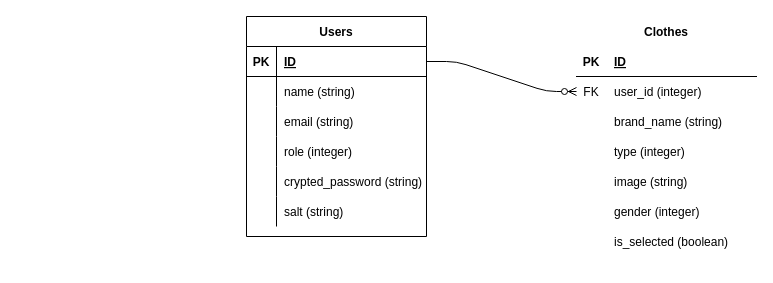
Above: er.drawio in kaze0000/LOOK (draw.io), before the change. Source tidied: cells renumbered, new cells numbered last; positions are measured from the earlier drawing's top-left corner, leaving out a move shared by most shapes. Both pictures are drawn from the tidied source at 100%, with x=0, y=0 at pixel (246, 16).
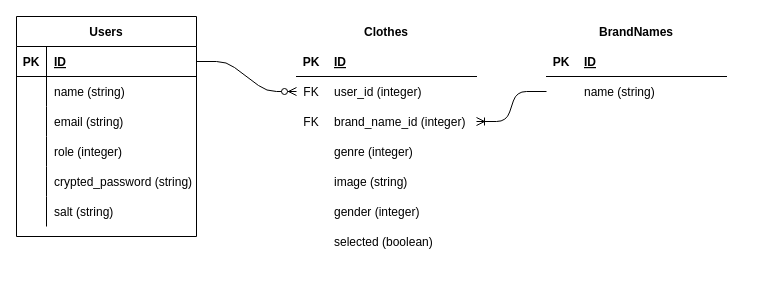
After the change.

Unchanged cells that the change refers to:
```xml
<mxCell id="31" style="shape=partialRectangle;fillColor=none;top=0;left=0;bottom=0;right=0;" parent="21" vertex="1">
  <mxGeometry y="120" width="180" height="30" as="geometry" />
</mxCell>
<mxCell id="40" style="shape=partialRectangle;fillColor=none;top=0;left=0;bottom=0;right=0;" parent="21" vertex="1">
  <mxGeometry y="210" width="180" height="30" as="geometry" />
</mxCell>
```

Diff of the diagram source:
```diff
@@
     <mxCell id="2" value="Users" style="shape=table;startSize=30;childLayout=tableLayout;rowLines=0;fontStyle=1;align=center;" parent="1" vertex="1">
-      <mxGeometry width="180" height="220" as="geometry" />
+      <mxGeometry x="-230" width="180" height="220" as="geometry" />
     </mxCell>
@@
     <mxCell id="21" value="Clothes" style="shape=table;startSize=30;childLayout=tableLayout;rowLines=0;fontStyle=1;align=center;strokeColor=#FFFFFF;" parent="1" vertex="1">
-      <mxGeometry x="330" width="180" height="250" as="geometry" />
+      <mxGeometry x="50" width="180" height="240" as="geometry" />
     </mxCell>
@@
-    <mxCell id="28" style="shape=partialRectangle;fillColor=none;top=0;left=0;bottom=0;right=0;" parent="21" vertex="1">
-      <mxGeometry y="90" width="180" height="30" as="geometry" />
-    </mxCell>
-    <mxCell id="29" style="shape=partialRectangle;fillColor=none;top=0;left=0;bottom=0;right=0;overflow=hidden;" parent="28" vertex="1">
-      <mxGeometry width="30" height="30" as="geometry" />
-    </mxCell>
-    <mxCell id="30" value="brand_name (string)" style="shape=partialRectangle;fillColor=none;top=0;left=0;bottom=0;right=0;align=left;spacingLeft=6;overflow=hidden;" parent="28" vertex="1">
-      <mxGeometry x="30" width="150" height="30" as="geometry" />
-    </mxCell>
+    <mxCell id="44" style="shape=partialRectangle;fillColor=none;top=0;left=0;bottom=0;right=0;points=[[0,0.5],[1,0.5]];portConstraint=eastwest;" parent="21" vertex="1">
+      <mxGeometry y="90" width="180" height="30" as="geometry" />
+    </mxCell>
+    <mxCell id="45" value="FK" style="shape=partialRectangle;fillColor=none;top=0;left=0;bottom=0;right=0;overflow=hidden;" parent="44" vertex="1">
+      <mxGeometry width="30" height="30" as="geometry" />
+    </mxCell>
+    <mxCell id="46" value="brand_name_id (integer)" style="shape=partialRectangle;fillColor=none;top=0;left=0;bottom=0;right=0;align=left;spacingLeft=6;overflow=hidden;" parent="44" vertex="1">
+      <mxGeometry x="30" width="150" height="30" as="geometry" />
+    </mxCell>
@@
-    <mxCell id="33" value="type (integer)" style="shape=partialRectangle;fillColor=none;top=0;left=0;bottom=0;right=0;align=left;spacingLeft=6;overflow=hidden;" parent="31" vertex="1">
+    <mxCell id="33" value="genre (integer)" style="shape=partialRectangle;fillColor=none;top=0;left=0;bottom=0;right=0;align=left;spacingLeft=6;overflow=hidden;" parent="31" vertex="1">
       <mxGeometry x="30" width="150" height="30" as="geometry" />
     </mxCell>
@@
-    <mxCell id="42" value="is_selected (boolean)" style="shape=partialRectangle;fillColor=none;top=0;left=0;bottom=0;right=0;align=left;spacingLeft=6;overflow=hidden;" parent="40" vertex="1">
+    <mxCell id="42" value="selected (boolean)" style="shape=partialRectangle;fillColor=none;top=0;left=0;bottom=0;right=0;align=left;spacingLeft=6;overflow=hidden;" parent="40" vertex="1">
       <mxGeometry x="30" width="150" height="30" as="geometry" />
     </mxCell>
@@
+    <mxCell id="47" value="BrandNames" style="shape=table;startSize=30;childLayout=tableLayout;rowLines=0;fontStyle=1;align=center;strokeColor=#FFFFFF;" parent="1" vertex="1">
+      <mxGeometry x="300" width="180" height="160" as="geometry" />
+    </mxCell>
+    <mxCell id="48" style="shape=partialRectangle;fillColor=none;top=0;left=0;bottom=1;right=0;" parent="47" vertex="1">
+      <mxGeometry y="30" width="180" height="30" as="geometry" />
+    </mxCell>
+    <mxCell id="49" value="PK" style="shape=partialRectangle;fillColor=none;top=0;left=0;bottom=0;right=0;fontStyle=1;overflow=hidden;" parent="48" vertex="1">
+      <mxGeometry width="30" height="30" as="geometry" />
+    </mxCell>
+    <mxCell id="50" value="ID" style="shape=partialRectangle;fillColor=none;top=0;left=0;bottom=0;right=0;align=left;spacingLeft=6;fontStyle=5;overflow=hidden;" parent="48" vertex="1">
+      <mxGeometry x="30" width="150" height="30" as="geometry" />
+    </mxCell>
+    <mxCell id="51" style="shape=partialRectangle;fillColor=none;top=0;left=0;bottom=0;right=0;points=[[0,0.5],[1,0.5]];portConstraint=eastwest;" parent="47" vertex="1">
+      <mxGeometry y="60" width="180" height="30" as="geometry" />
+    </mxCell>
+    <mxCell id="52" style="shape=partialRectangle;fillColor=none;top=0;left=0;bottom=0;right=0;overflow=hidden;" parent="51" vertex="1">
+      <mxGeometry width="30" height="30" as="geometry" />
+    </mxCell>
+    <mxCell id="53" value="name (string)" style="shape=partialRectangle;fillColor=none;top=0;left=0;bottom=0;right=0;align=left;spacingLeft=6;overflow=hidden;" parent="51" vertex="1">
+      <mxGeometry x="30" width="150" height="30" as="geometry" />
+    </mxCell>
+    <mxCell id="54" style="shape=partialRectangle;fillColor=none;top=0;left=0;bottom=0;right=0;" parent="47" vertex="1">
+      <mxGeometry y="90" width="180" height="30" as="geometry" />
+    </mxCell>
+    <mxCell id="55" style="shape=partialRectangle;fillColor=none;top=0;left=0;bottom=0;right=0;overflow=hidden;" parent="54" vertex="1">
+      <mxGeometry width="30" height="30" as="geometry" />
+    </mxCell>
+    <mxCell id="56" style="shape=partialRectangle;fillColor=none;top=0;left=0;bottom=0;right=0;align=left;spacingLeft=6;overflow=hidden;" parent="54" vertex="1">
+      <mxGeometry x="30" width="150" height="30" as="geometry" />
+    </mxCell>
+    <mxCell id="57" style="shape=partialRectangle;fillColor=none;top=0;left=0;bottom=0;right=0;" parent="47" vertex="1">
+      <mxGeometry y="120" width="180" height="30" as="geometry" />
+    </mxCell>
+    <mxCell id="58" style="shape=partialRectangle;fillColor=none;top=0;left=0;bottom=0;right=0;overflow=hidden;" parent="57" vertex="1">
+      <mxGeometry width="30" height="30" as="geometry" />
+    </mxCell>
+    <mxCell id="59" style="shape=partialRectangle;fillColor=none;top=0;left=0;bottom=0;right=0;align=left;spacingLeft=6;overflow=hidden;" parent="57" vertex="1">
+      <mxGeometry x="30" width="150" height="30" as="geometry" />
+    </mxCell>
+    <mxCell id="60" style="edgeStyle=entityRelationEdgeStyle;fontSize=12;html=1;endArrow=ERoneToMany;exitX=0;exitY=0.5;exitDx=0;exitDy=0;exitPerimeter=0;" parent="1" edge="1" source="51" target="44">
+      <mxGeometry relative="1" as="geometry" />
+    </mxCell>
```
